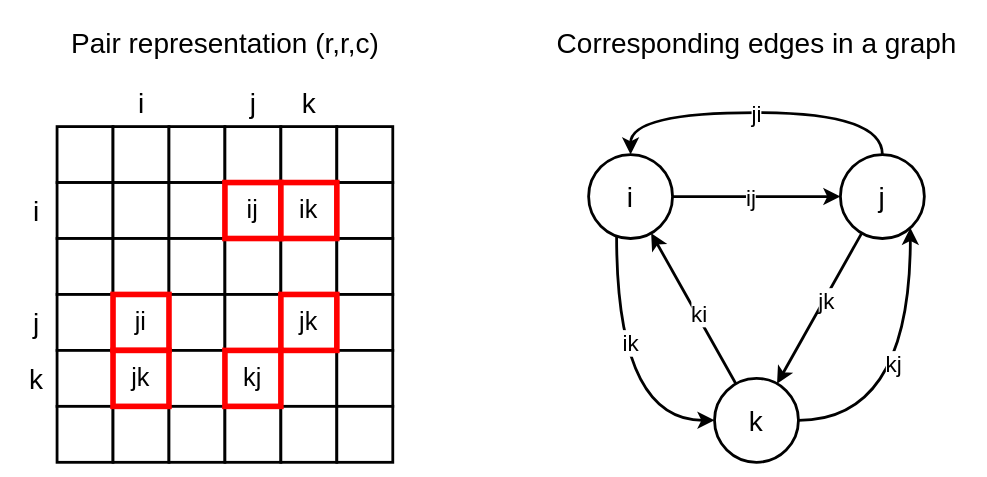
Earlier version of the draw.io export assets/img/alphafold/pair_representation.drawio.svg (barsimark/barsimark.github.io). Source tidied: cells renumbered, new cells last; positions are measured from the earlier drawing's top-left corner, leaving out a move shared by most shapes. Source of this version:
```xml
<mxGraphModel>
  <root>
    <mxCell id="0" />
    <mxCell id="1" parent="0" />
    <mxCell id="2" style="rounded=0;whiteSpace=wrap;html=1;strokeWidth=2;" parent="1" vertex="1">
      <mxGeometry x="30" y="80" width="40" height="40" as="geometry" />
    </mxCell>
    <mxCell id="3" style="rounded=0;whiteSpace=wrap;html=1;strokeWidth=2;" parent="1" vertex="1">
      <mxGeometry x="30" y="120" width="40" height="40" as="geometry" />
    </mxCell>
    <mxCell id="4" style="rounded=0;whiteSpace=wrap;html=1;strokeWidth=2;" parent="1" vertex="1">
      <mxGeometry x="30" y="160" width="40" height="40" as="geometry" />
    </mxCell>
    <mxCell id="5" style="rounded=0;whiteSpace=wrap;html=1;strokeWidth=2;" parent="1" vertex="1">
      <mxGeometry x="30" y="200" width="40" height="40" as="geometry" />
    </mxCell>
    <mxCell id="6" style="rounded=0;whiteSpace=wrap;html=1;strokeWidth=2;" parent="1" vertex="1">
      <mxGeometry x="30" y="240" width="40" height="40" as="geometry" />
    </mxCell>
    <mxCell id="7" style="rounded=0;whiteSpace=wrap;html=1;strokeWidth=2;" parent="1" vertex="1">
      <mxGeometry x="30" y="280" width="40" height="40" as="geometry" />
    </mxCell>
    <mxCell id="8" style="rounded=0;whiteSpace=wrap;html=1;strokeWidth=2;" parent="1" vertex="1">
      <mxGeometry x="70" y="80" width="40" height="40" as="geometry" />
    </mxCell>
    <mxCell id="9" style="rounded=0;whiteSpace=wrap;html=1;strokeWidth=2;" parent="1" vertex="1">
      <mxGeometry x="70" y="120" width="40" height="40" as="geometry" />
    </mxCell>
    <mxCell id="10" style="rounded=0;whiteSpace=wrap;html=1;strokeWidth=2;" parent="1" vertex="1">
      <mxGeometry x="70" y="160" width="40" height="40" as="geometry" />
    </mxCell>
    <mxCell id="11" style="rounded=0;whiteSpace=wrap;html=1;strokeWidth=2;" parent="1" vertex="1">
      <mxGeometry x="70" y="280" width="40" height="40" as="geometry" />
    </mxCell>
    <mxCell id="12" style="rounded=0;whiteSpace=wrap;html=1;strokeWidth=2;" parent="1" vertex="1">
      <mxGeometry x="110" y="80" width="40" height="40" as="geometry" />
    </mxCell>
    <mxCell id="13" style="rounded=0;whiteSpace=wrap;html=1;strokeWidth=2;" parent="1" vertex="1">
      <mxGeometry x="110" y="120" width="40" height="40" as="geometry" />
    </mxCell>
    <mxCell id="14" style="rounded=0;whiteSpace=wrap;html=1;strokeWidth=2;" parent="1" vertex="1">
      <mxGeometry x="110" y="160" width="40" height="40" as="geometry" />
    </mxCell>
    <mxCell id="15" style="rounded=0;whiteSpace=wrap;html=1;strokeWidth=2;" parent="1" vertex="1">
      <mxGeometry x="110" y="200" width="40" height="40" as="geometry" />
    </mxCell>
    <mxCell id="16" style="rounded=0;whiteSpace=wrap;html=1;strokeWidth=2;" parent="1" vertex="1">
      <mxGeometry x="110" y="240" width="40" height="40" as="geometry" />
    </mxCell>
    <mxCell id="17" style="rounded=0;whiteSpace=wrap;html=1;strokeWidth=2;" parent="1" vertex="1">
      <mxGeometry x="110" y="280" width="40" height="40" as="geometry" />
    </mxCell>
    <mxCell id="18" style="rounded=0;whiteSpace=wrap;html=1;strokeWidth=2;" parent="1" vertex="1">
      <mxGeometry x="150" y="80" width="40" height="40" as="geometry" />
    </mxCell>
    <mxCell id="19" style="rounded=0;whiteSpace=wrap;html=1;strokeWidth=2;" parent="1" vertex="1">
      <mxGeometry x="150" y="160" width="40" height="40" as="geometry" />
    </mxCell>
    <mxCell id="20" style="rounded=0;whiteSpace=wrap;html=1;strokeWidth=2;" parent="1" vertex="1">
      <mxGeometry x="150" y="200" width="40" height="40" as="geometry" />
    </mxCell>
    <mxCell id="21" style="rounded=0;whiteSpace=wrap;html=1;strokeWidth=2;" parent="1" vertex="1">
      <mxGeometry x="150" y="280" width="40" height="40" as="geometry" />
    </mxCell>
    <mxCell id="22" style="rounded=0;whiteSpace=wrap;html=1;strokeWidth=2;" parent="1" vertex="1">
      <mxGeometry x="190" y="80" width="40" height="40" as="geometry" />
    </mxCell>
    <mxCell id="23" style="rounded=0;whiteSpace=wrap;html=1;strokeWidth=2;" parent="1" vertex="1">
      <mxGeometry x="190" y="160" width="40" height="40" as="geometry" />
    </mxCell>
    <mxCell id="24" style="rounded=0;whiteSpace=wrap;html=1;strokeWidth=2;" parent="1" vertex="1">
      <mxGeometry x="190" y="240" width="40" height="40" as="geometry" />
    </mxCell>
    <mxCell id="25" style="rounded=0;whiteSpace=wrap;html=1;strokeWidth=2;" parent="1" vertex="1">
      <mxGeometry x="190" y="280" width="40" height="40" as="geometry" />
    </mxCell>
    <mxCell id="26" style="rounded=0;whiteSpace=wrap;html=1;strokeWidth=2;" parent="1" vertex="1">
      <mxGeometry x="230" y="80" width="40" height="40" as="geometry" />
    </mxCell>
    <mxCell id="27" style="rounded=0;whiteSpace=wrap;html=1;strokeWidth=2;" parent="1" vertex="1">
      <mxGeometry x="230" y="120" width="40" height="40" as="geometry" />
    </mxCell>
    <mxCell id="28" style="rounded=0;whiteSpace=wrap;html=1;strokeWidth=2;" parent="1" vertex="1">
      <mxGeometry x="230" y="160" width="40" height="40" as="geometry" />
    </mxCell>
    <mxCell id="29" style="rounded=0;whiteSpace=wrap;html=1;strokeWidth=2;" parent="1" vertex="1">
      <mxGeometry x="230" y="200" width="40" height="40" as="geometry" />
    </mxCell>
    <mxCell id="30" style="rounded=0;whiteSpace=wrap;html=1;strokeWidth=2;" parent="1" vertex="1">
      <mxGeometry x="230" y="240" width="40" height="40" as="geometry" />
    </mxCell>
    <mxCell id="31" style="rounded=0;whiteSpace=wrap;html=1;strokeWidth=2;" parent="1" vertex="1">
      <mxGeometry x="230" y="280" width="40" height="40" as="geometry" />
    </mxCell>
    <mxCell id="32" value="&lt;font style=&quot;font-size: 20px;&quot;&gt;Pair representation (r,r,c)&lt;/font&gt;" style="text;html=1;align=center;verticalAlign=middle;strokeColor=none;fillColor=none;" parent="1" vertex="1">
      <mxGeometry x="30" width="240" height="40" as="geometry" />
    </mxCell>
    <mxCell id="33" value="&lt;font style=&quot;font-size: 20px;&quot;&gt;i&lt;/font&gt;" style="text;html=1;align=center;verticalAlign=middle;strokeColor=none;fillColor=none;" parent="1" vertex="1">
      <mxGeometry x="75" y="43" width="30" height="40" as="geometry" />
    </mxCell>
    <mxCell id="34" value="&lt;font style=&quot;font-size: 20px;&quot;&gt;i&lt;/font&gt;" style="text;html=1;align=center;verticalAlign=middle;strokeColor=none;fillColor=none;" parent="1" vertex="1">
      <mxGeometry y="120" width="30" height="40" as="geometry" />
    </mxCell>
    <mxCell id="35" value="&lt;font style=&quot;font-size: 20px;&quot;&gt;j&lt;/font&gt;" style="text;html=1;align=center;verticalAlign=middle;strokeColor=none;fillColor=none;" parent="1" vertex="1">
      <mxGeometry x="155" y="43" width="30" height="40" as="geometry" />
    </mxCell>
    <mxCell id="36" value="&lt;font style=&quot;font-size: 20px;&quot;&gt;k&lt;/font&gt;" style="text;html=1;align=center;verticalAlign=middle;strokeColor=none;fillColor=none;" parent="1" vertex="1">
      <mxGeometry x="195" y="43" width="30" height="40" as="geometry" />
    </mxCell>
    <mxCell id="37" value="&lt;font style=&quot;font-size: 20px;&quot;&gt;j&lt;/font&gt;" style="text;html=1;align=center;verticalAlign=middle;strokeColor=none;fillColor=none;" parent="1" vertex="1">
      <mxGeometry y="200" width="30" height="40" as="geometry" />
    </mxCell>
    <mxCell id="38" value="&lt;font style=&quot;font-size: 20px;&quot;&gt;k&lt;/font&gt;" style="text;html=1;align=center;verticalAlign=middle;strokeColor=none;fillColor=none;" parent="1" vertex="1">
      <mxGeometry y="240" width="30" height="40" as="geometry" />
    </mxCell>
    <mxCell id="39" value="&lt;font style=&quot;font-size: 18px;&quot;&gt;ji&lt;/font&gt;" style="rounded=0;whiteSpace=wrap;html=1;strokeColor=#FF0000;strokeWidth=4;" parent="1" vertex="1">
      <mxGeometry x="70" y="200" width="40" height="40" as="geometry" />
    </mxCell>
    <mxCell id="40" value="&lt;font style=&quot;font-size: 18px;&quot;&gt;jk&lt;/font&gt;" style="rounded=0;whiteSpace=wrap;html=1;strokeWidth=4;strokeColor=#FF0000;" parent="1" vertex="1">
      <mxGeometry x="70" y="240" width="40" height="40" as="geometry" />
    </mxCell>
    <mxCell id="41" value="&lt;font style=&quot;font-size: 18px;&quot;&gt;ij&lt;/font&gt;" style="rounded=0;whiteSpace=wrap;html=1;strokeWidth=4;strokeColor=#FF0000;" parent="1" vertex="1">
      <mxGeometry x="150" y="120" width="40" height="40" as="geometry" />
    </mxCell>
    <mxCell id="42" value="&lt;font style=&quot;font-size: 18px;&quot;&gt;ik&lt;/font&gt;" style="rounded=0;whiteSpace=wrap;html=1;strokeWidth=4;strokeColor=#FF0000;" parent="1" vertex="1">
      <mxGeometry x="190" y="120" width="40" height="40" as="geometry" />
    </mxCell>
    <mxCell id="43" value="&lt;font style=&quot;font-size: 18px;&quot;&gt;jk&lt;/font&gt;" style="rounded=0;whiteSpace=wrap;html=1;strokeWidth=4;strokeColor=#FF0000;" parent="1" vertex="1">
      <mxGeometry x="190" y="200" width="40" height="40" as="geometry" />
    </mxCell>
    <mxCell id="44" value="&lt;font style=&quot;font-size: 18px;&quot;&gt;kj&lt;/font&gt;" style="rounded=0;whiteSpace=wrap;html=1;strokeWidth=4;strokeColor=#FF0000;" parent="1" vertex="1">
      <mxGeometry x="150" y="240" width="40" height="40" as="geometry" />
    </mxCell>
    <mxCell id="45" value="&lt;font style=&quot;font-size: 20px;&quot;&gt;i&lt;/font&gt;" style="ellipse;whiteSpace=wrap;html=1;strokeWidth=2;" parent="1" vertex="1">
      <mxGeometry x="410" y="100" width="60" height="60" as="geometry" />
    </mxCell>
    <mxCell id="46" value="&lt;font style=&quot;font-size: 20px;&quot;&gt;j&lt;/font&gt;" style="ellipse;whiteSpace=wrap;html=1;strokeWidth=2;" parent="1" vertex="1">
      <mxGeometry x="590" y="100" width="60" height="60" as="geometry" />
    </mxCell>
    <mxCell id="47" value="&lt;font style=&quot;font-size: 20px;&quot;&gt;k&lt;/font&gt;" style="ellipse;whiteSpace=wrap;html=1;strokeWidth=2;" parent="1" vertex="1">
      <mxGeometry x="500" y="260" width="60" height="60" as="geometry" />
    </mxCell>
    <mxCell id="48" style="endArrow=classic;html=1;rounded=0;strokeWidth=2;" parent="1" edge="1" source="47" target="45">
      <mxGeometry relative="1" as="geometry" />
    </mxCell>
    <mxCell id="49" value="&lt;font style=&quot;font-size: 16px;&quot;&gt;ki&lt;/font&gt;" style="edgeLabel;html=1;align=center;verticalAlign=middle;" parent="48" vertex="1">
      <mxGeometry x="-0.08" y="-1" relative="1" as="geometry" />
    </mxCell>
    <mxCell id="50" style="endArrow=classic;html=1;rounded=0;strokeWidth=2;" parent="1" edge="1" source="45" target="46">
      <mxGeometry relative="1" as="geometry" />
    </mxCell>
    <mxCell id="51" value="&lt;font style=&quot;font-size: 16px;&quot;&gt;ij&lt;/font&gt;" style="edgeLabel;html=1;align=center;verticalAlign=middle;" parent="50" vertex="1">
      <mxGeometry x="-0.08" relative="1" as="geometry" />
    </mxCell>
    <mxCell id="52" style="endArrow=classic;html=1;rounded=0;strokeWidth=2;" parent="1" edge="1" source="46" target="47">
      <mxGeometry relative="1" as="geometry" />
    </mxCell>
    <mxCell id="53" value="&lt;font style=&quot;font-size: 16px;&quot;&gt;jk&lt;/font&gt;" style="edgeLabel;html=1;align=center;verticalAlign=middle;" parent="52" vertex="1">
      <mxGeometry x="-0.12" y="2" relative="1" as="geometry">
        <mxPoint x="-1" as="offset" />
      </mxGeometry>
    </mxCell>
    <mxCell id="54" style="endArrow=classic;html=1;rounded=0;edgeStyle=orthogonalEdgeStyle;curved=1;strokeWidth=2;" parent="1" edge="1" source="46" target="45">
      <mxGeometry relative="1" as="geometry">
        <Array as="points">
          <mxPoint x="620" y="70" />
          <mxPoint x="440" y="70" />
        </Array>
      </mxGeometry>
    </mxCell>
    <mxCell id="55" value="&lt;font style=&quot;font-size: 16px;&quot;&gt;ji&lt;/font&gt;" style="edgeLabel;html=1;align=center;verticalAlign=middle;" parent="54" vertex="1">
      <mxGeometry x="0.01" relative="1" as="geometry" />
    </mxCell>
    <mxCell id="56" style="endArrow=none;html=1;rounded=0;edgeStyle=orthogonalEdgeStyle;curved=1;startArrow=classic;startFill=1;endFill=0;strokeWidth=2;" parent="1" edge="1" source="46" target="47">
      <mxGeometry relative="1" as="geometry">
        <Array as="points">
          <mxPoint x="640" y="290" />
        </Array>
      </mxGeometry>
    </mxCell>
    <mxCell id="57" value="&lt;font style=&quot;font-size: 16px;&quot;&gt;kj&lt;/font&gt;" style="edgeLabel;html=1;align=center;verticalAlign=middle;" parent="56" vertex="1">
      <mxGeometry x="-0.11" y="-13" relative="1" as="geometry" />
    </mxCell>
    <mxCell id="58" style="endArrow=classic;html=1;rounded=0;edgeStyle=orthogonalEdgeStyle;curved=1;strokeWidth=2;" parent="1" edge="1" source="45" target="47">
      <mxGeometry relative="1" as="geometry">
        <Array as="points">
          <mxPoint x="430" y="290" />
        </Array>
      </mxGeometry>
    </mxCell>
    <mxCell id="59" value="&lt;font style=&quot;font-size: 16px;&quot;&gt;ik&lt;/font&gt;" style="edgeLabel;html=1;align=center;verticalAlign=middle;" parent="58" vertex="1">
      <mxGeometry x="-0.24" y="9" relative="1" as="geometry" />
    </mxCell>
    <mxCell id="60" value="&lt;font style=&quot;font-size: 20px;&quot;&gt;Corresponding edges in a graph&lt;/font&gt;" style="text;html=1;align=center;verticalAlign=middle;strokeColor=none;fillColor=none;" parent="1" vertex="1">
      <mxGeometry x="375" width="310" height="40" as="geometry" />
    </mxCell>
  </root>
</mxGraphModel>
```
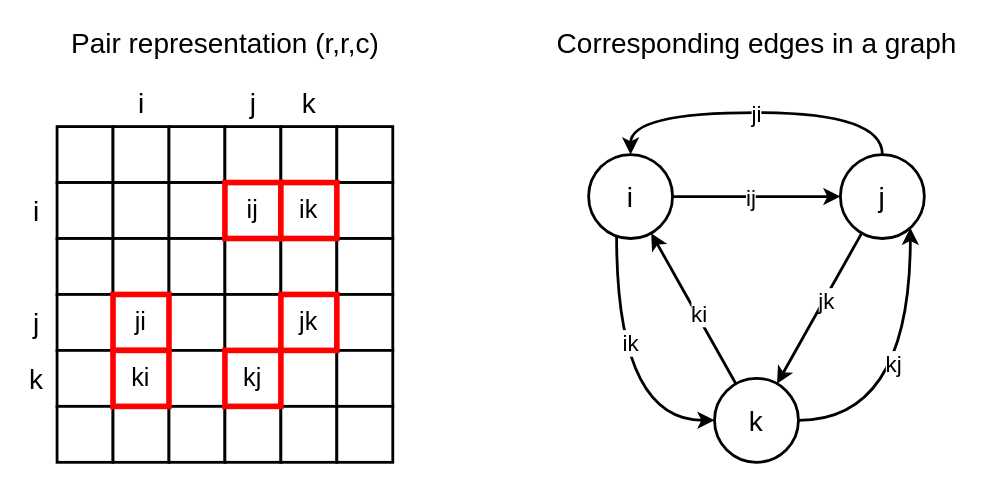
Above is the later version.

Diff of the diagram source:
```diff
@@ -116,7 +116,7 @@
     <mxCell id="39" value="&lt;font style=&quot;font-size: 18px;&quot;&gt;ji&lt;/font&gt;" style="rounded=0;whiteSpace=wrap;html=1;strokeColor=#FF0000;strokeWidth=4;" parent="1" vertex="1">
       <mxGeometry x="70" y="200" width="40" height="40" as="geometry" />
     </mxCell>
-    <mxCell id="40" value="&lt;font style=&quot;font-size: 18px;&quot;&gt;jk&lt;/font&gt;" style="rounded=0;whiteSpace=wrap;html=1;strokeWidth=4;strokeColor=#FF0000;" parent="1" vertex="1">
+    <mxCell id="40" value="&lt;font style=&quot;font-size: 18px;&quot;&gt;ki&lt;/font&gt;" style="rounded=0;whiteSpace=wrap;html=1;strokeWidth=4;strokeColor=#FF0000;" parent="1" vertex="1">
       <mxGeometry x="70" y="240" width="40" height="40" as="geometry" />
     </mxCell>
     <mxCell id="41" value="&lt;font style=&quot;font-size: 18px;&quot;&gt;ij&lt;/font&gt;" style="rounded=0;whiteSpace=wrap;html=1;strokeWidth=4;strokeColor=#FF0000;" parent="1" vertex="1">
```
